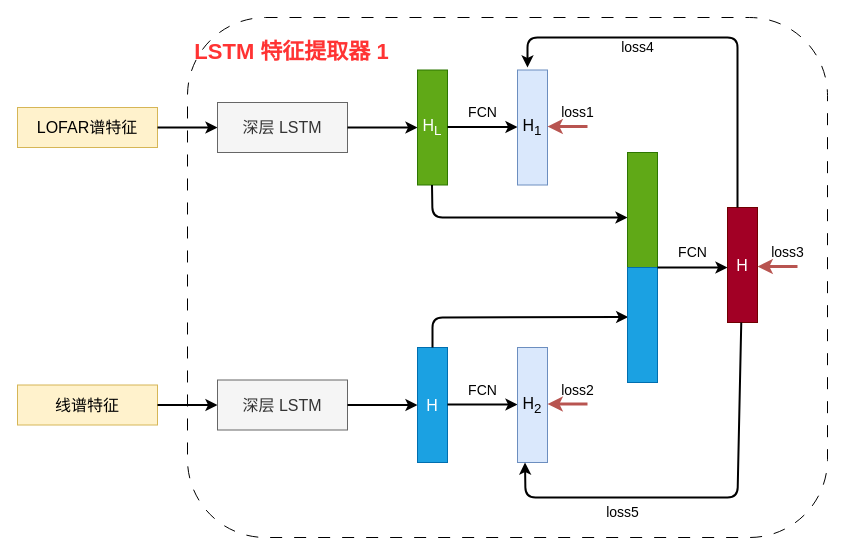
Above: page "第 1 页" (1 of 2) of 水下目标提取标书/LSTM特征提取.drawio in Corner430/drawio (draw.io), before the change. Source tidied: cells renumbered, new cells numbered last; positions are measured from the earlier drawing's top-left corner, leaving out a move shared by most shapes. Both pictures are drawn from the tidied source at 100%, with x=0, y=0 at pixel (17, 17).
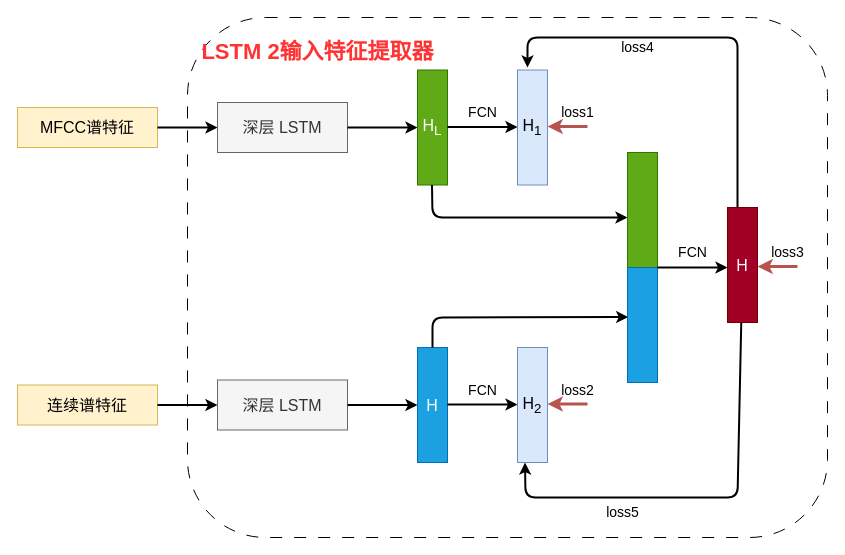
The same page after the edit.

Commit message:
add_LSTM_2-3输入特征提取器

The edit, as a diff of the source:
```diff
@@
-    <mxCell id="3" value="&lt;font style=&quot;font-size: 16px;&quot;&gt;LOFAR谱特征&lt;/font&gt;" style="rounded=0;whiteSpace=wrap;html=1;fillColor=#fff2cc;strokeColor=#d6b656;" parent="1" vertex="1">
+    <mxCell id="3" value="&lt;font style=&quot;font-size: 16px;&quot;&gt;MFCC谱特征&lt;/font&gt;" style="rounded=0;whiteSpace=wrap;html=1;fillColor=#fff2cc;strokeColor=#d6b656;" parent="1" vertex="1">
       <mxGeometry y="90" width="140" height="40" as="geometry" />
     </mxCell>
@@
-    <mxCell id="16" value="&lt;font style=&quot;font-size: 16px;&quot;&gt;线谱特征&lt;/font&gt;" style="rounded=0;whiteSpace=wrap;html=1;fillColor=#fff2cc;strokeColor=#d6b656;" parent="1" vertex="1">
+    <mxCell id="16" value="&lt;font style=&quot;font-size: 16px;&quot;&gt;连续谱特征&lt;/font&gt;" style="rounded=0;whiteSpace=wrap;html=1;fillColor=#fff2cc;strokeColor=#d6b656;" parent="1" vertex="1">
       <mxGeometry y="367.5" width="140" height="40" as="geometry" />
     </mxCell>
@@
-    <mxCell id="37" value="&lt;font style=&quot;font-size: 22px;&quot;&gt;LSTM 特征提取器 1&lt;/font&gt;" style="text;html=1;align=center;verticalAlign=middle;strokeColor=none;fillColor=none;fontSize=14;fontColor=#FF3333;fontStyle=1;" parent="1" vertex="1">
-      <mxGeometry x="164" y="15" width="220" height="40" as="geometry" />
+    <mxCell id="37" value="&lt;font style=&quot;font-size: 22px;&quot;&gt;LSTM 2输入特征提取器&lt;/font&gt;" style="text;html=1;align=center;verticalAlign=middle;strokeColor=none;fillColor=none;fontSize=14;fontColor=#FF3333;fontStyle=1;" parent="1" vertex="1">
+      <mxGeometry x="170" y="15" width="260" height="40" as="geometry" />
     </mxCell>
```
